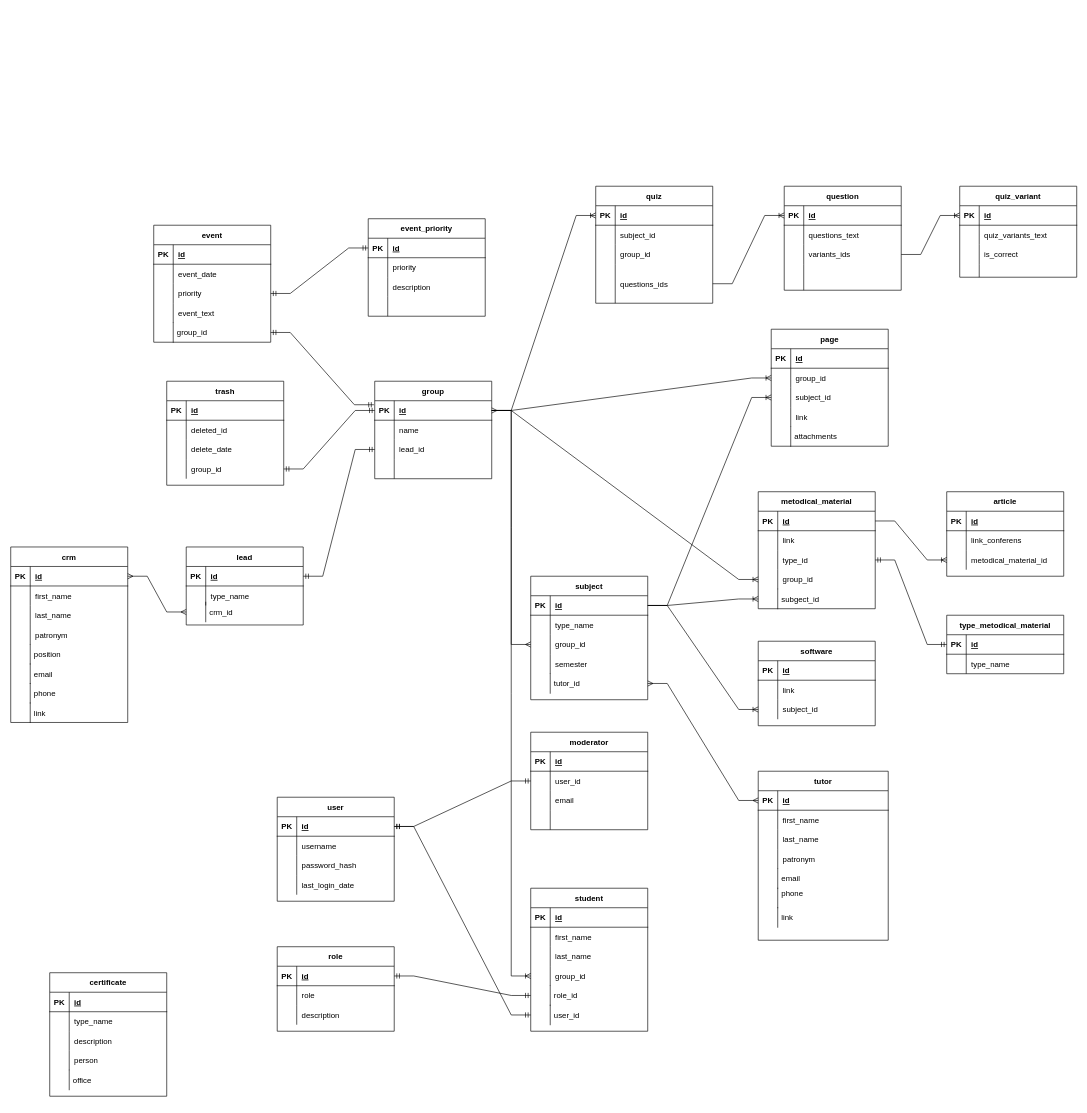
student-archive/backend keeps this draw.io diagram as Untitled Diagram.drawio. Above is the earlier version. Source tidied: cells renumbered, new cells numbered last; positions are measured from the earlier drawing's top-left corner, leaving out a move shared by most shapes. Both pictures are drawn from the tidied source at 65%, with x=0, y=0 at pixel (-68, 186).
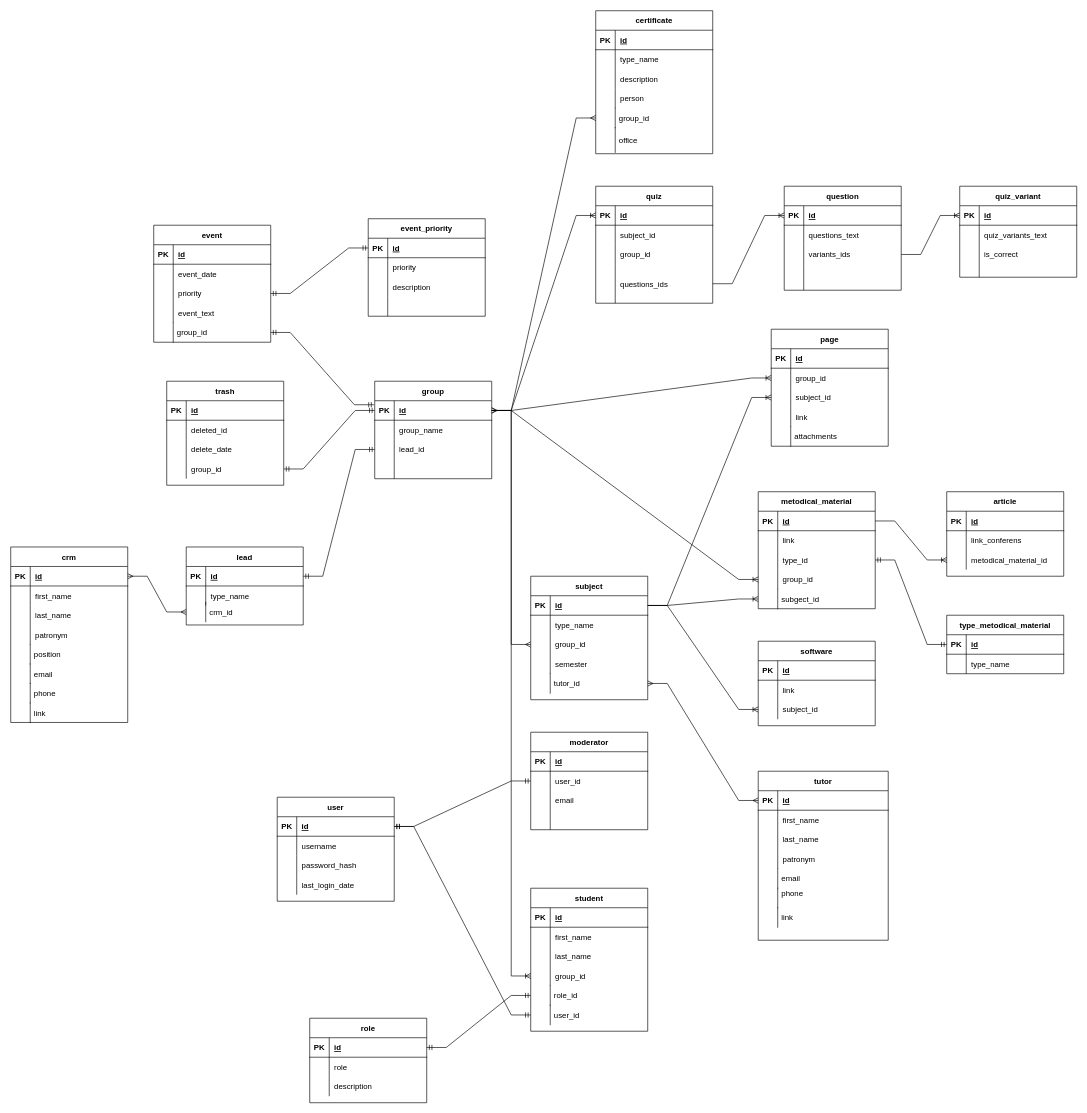
Above is the later version.

Commit message:
feat(databases): add relationships b/w certificate and group

Unchanged cells that the change refers to:
```xml
<mxCell id="108" style="shape=tableRow;horizontal=0;startSize=0;swimlaneHead=0;swimlaneBody=0;fillColor=none;points=[[0,0.5],[1,0.5]];portConstraint=eastwest;top=0;left=0;right=0;bottom=1;" parent="107" vertex="1">
  <mxGeometry y="30" width="180" height="30" as="geometry" />
</mxCell>
<mxCell id="111" style="shape=tableRow;horizontal=0;startSize=0;swimlaneHead=0;swimlaneBody=0;fillColor=none;top=0;left=0;right=0;bottom=0;" parent="107" vertex="1">
  <mxGeometry y="60" width="180" height="30" as="geometry" />
</mxCell>
```

What changed in the source:
```diff
@@
-    <mxCell id="113" value="name" style="shape=partialRectangle;fillColor=none;top=0;left=0;bottom=0;right=0;align=left;spacingLeft=6;overflow=hidden;" parent="111" vertex="1">
+    <mxCell id="113" value="group_name" style="shape=partialRectangle;fillColor=none;top=0;left=0;bottom=0;right=0;align=left;spacingLeft=6;overflow=hidden;" parent="111" vertex="1">
       <mxGeometry x="30" width="150" height="30" as="geometry" />
     </mxCell>
@@
     <mxCell id="133" value="role" style="shape=table;startSize=30;childLayout=tableLayout;rowLines=0;fontStyle=1;align=center;" parent="1" vertex="1">
-      <mxGeometry x="530" y="1170" width="180" height="130" as="geometry" />
+      <mxGeometry x="580" y="1280" width="180" height="130" as="geometry" />
     </mxCell>
@@
     <mxCell id="215" style="group;" parent="1" vertex="1">
-      <mxGeometry x="180" y="1210" width="180" height="190" as="geometry" />
+      <mxGeometry x="1020" y="-270" width="180" height="240" as="geometry" />
     </mxCell>
     <mxCell id="216" value="certificate" style="shape=table;startSize=30;childLayout=tableLayout;rowLines=0;fontStyle=1;align=center;" parent="215" vertex="1">
-      <mxGeometry width="180" height="190" as="geometry" />
+      <mxGeometry width="180" height="220" as="geometry" />
     </mxCell>
@@
     <mxCell id="229" value="office" style="shape=partialRectangle;fillColor=none;align=left;verticalAlign=middle;strokeColor=none;spacingLeft=34;" parent="215" vertex="1">
-      <mxGeometry y="150" width="90" height="30" as="geometry" />
+      <mxGeometry y="180" width="90" height="37.9" as="geometry" />
     </mxCell>
     <mxCell id="230" style="shape=partialRectangle;top=0;left=0;bottom=0;fillColor=none;stokeWidth=1;align=left;verticalAlign=middle;spacingLeft=4;spacingRight=4;overflow=hidden;" parent="229" vertex="1">
-      <mxGeometry width="30" height="30" as="geometry" />
+      <mxGeometry width="30" height="37.9" as="geometry" />
     </mxCell>
+    <mxCell id="317" value="group_id" style="shape=partialRectangle;fillColor=none;align=left;verticalAlign=middle;strokeColor=none;spacingLeft=34;points=[[0,0.5],[1,0.5]];portConstraint=eastwest;" parent="215" vertex="1">
+      <mxGeometry y="150" width="90" height="30" as="geometry" />
+    </mxCell>
+    <mxCell id="318" style="shape=partialRectangle;top=0;left=0;bottom=0;fillColor=none;stokeWidth=1;align=left;verticalAlign=middle;spacingLeft=4;spacingRight=4;overflow=hidden;" parent="317" vertex="1">
+      <mxGeometry width="30" height="30" as="geometry" />
+    </mxCell>
@@
+    <mxCell id="319" style="edgeStyle=entityRelationEdgeStyle;fontSize=12;html=1;endArrow=ERmany;startArrow=ERmany;rounded=0;exitX=1;exitY=0.5;exitDx=0;exitDy=0;entryX=0;entryY=0.5;entryDx=0;entryDy=0;" parent="1" edge="1" source="108" target="317">
+      <mxGeometry relative="1" as="geometry" />
+    </mxCell>
```
